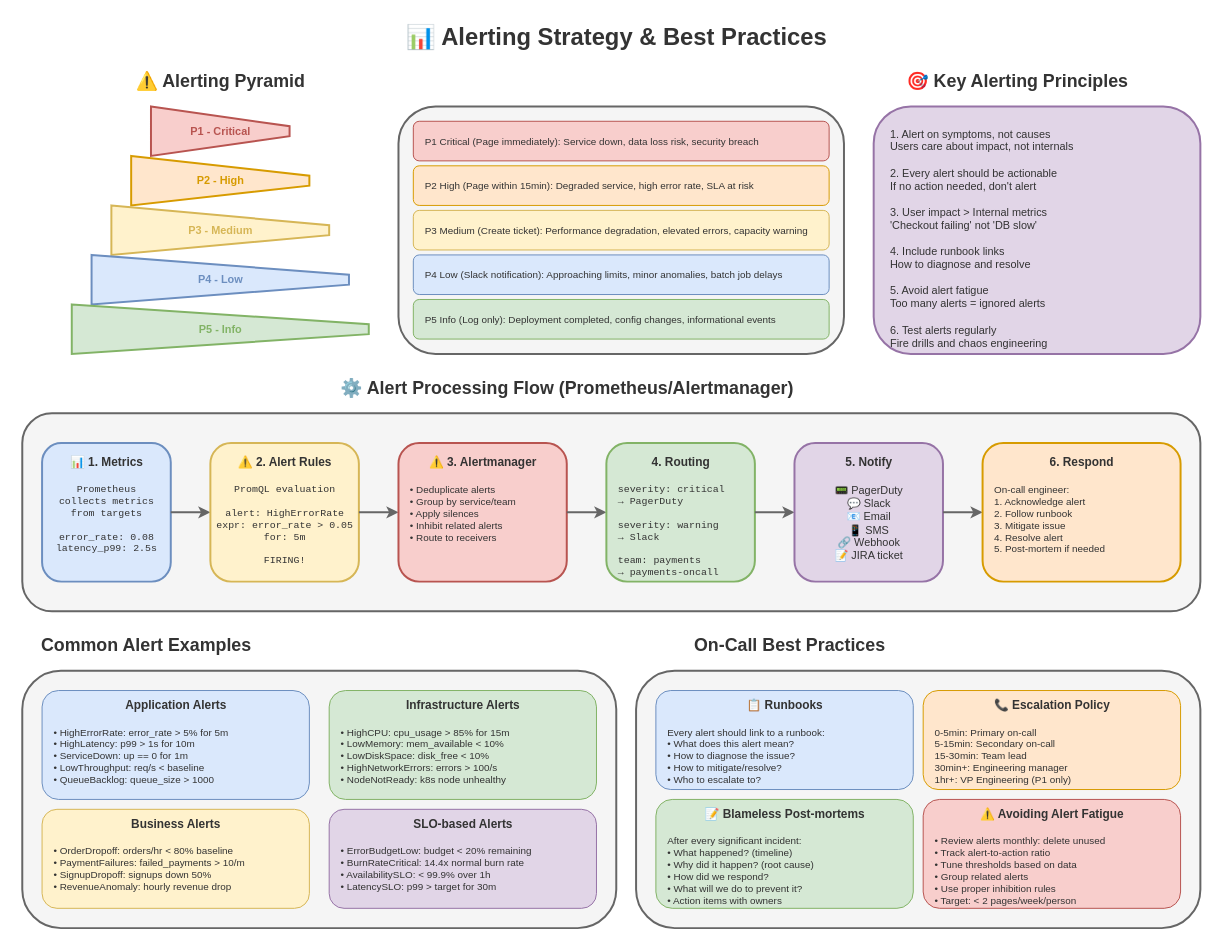
Before: lesson-09-observability-monitoring/05-alerting/5.1-alerting-strategy.drawio in MrParkerZ7/document-lesson-software-architect-x-claude, a draw.io diagram. Source tidied: cells renumbered, new cells numbered last; positions are measured from the earlier drawing's top-left corner, leaving out a move shared by most shapes. Both pictures are drawn from the tidied source at 99%, with x=0, y=0 at pixel (22, 17).
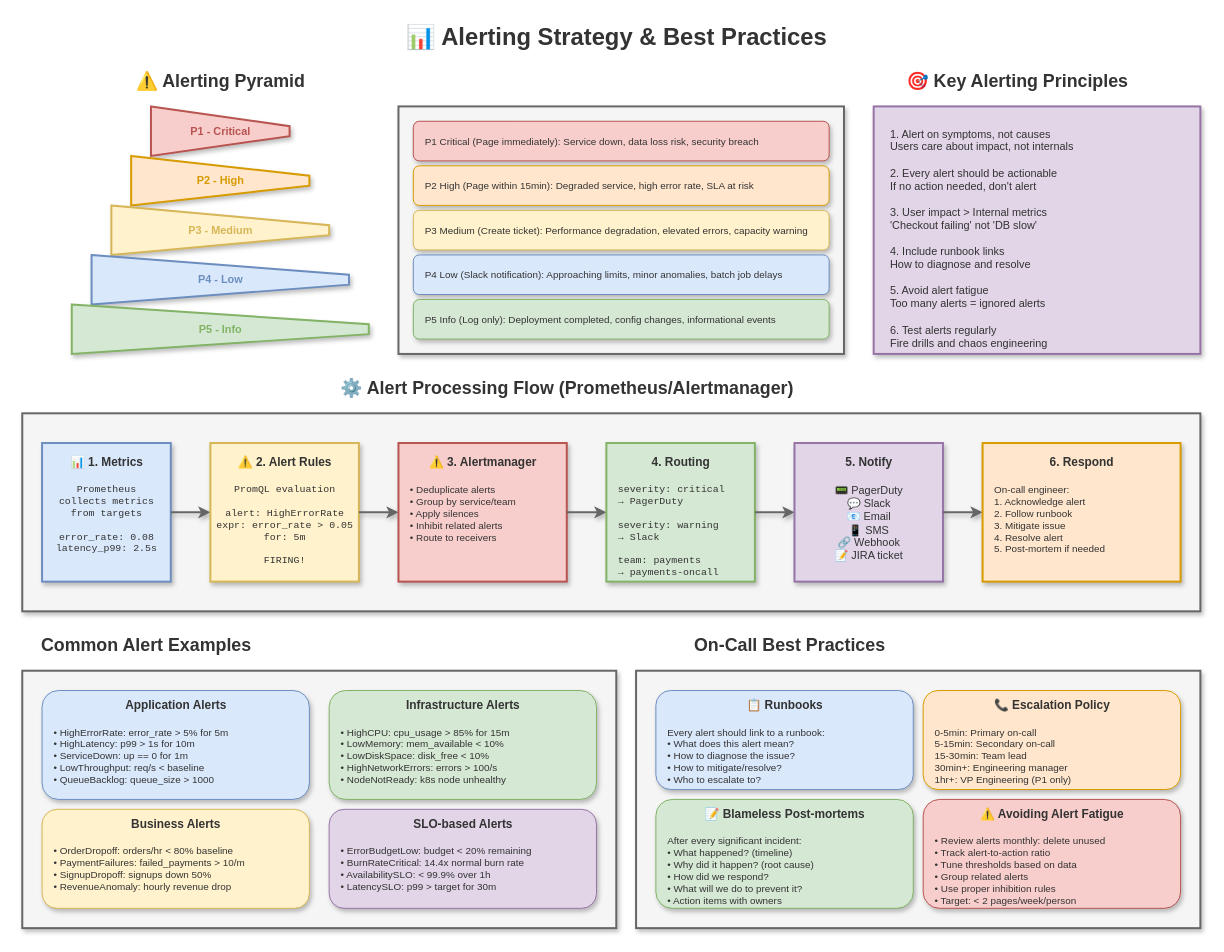
The same diagram, later.

The edit, as a diff of the source:
```diff
@@
-    <mxCell id="4" style="shape=trapezoid;perimeter=trapezoidPerimeter;whiteSpace=wrap;html=1;fixedSize=1;fillColor=#f8cecc;strokeColor=#b85450;strokeWidth=2;direction=south;" parent="1" vertex="1">
+    <mxCell id="4" style="shape=trapezoid;perimeter=trapezoidPerimeter;whiteSpace=wrap;html=1;fixedSize=1;fillColor=#f8cecc;strokeColor=#b85450;strokeWidth=2;direction=south;shadow=1;" parent="1" vertex="1">
       <mxGeometry x="130" y="90" width="140" height="50" as="geometry" />
     </mxCell>
@@
-    <mxCell id="6" style="shape=trapezoid;perimeter=trapezoidPerimeter;whiteSpace=wrap;html=1;fixedSize=1;fillColor=#ffe6cc;strokeColor=#d79b00;strokeWidth=2;direction=south;" parent="1" vertex="1">
+    <mxCell id="6" style="shape=trapezoid;perimeter=trapezoidPerimeter;whiteSpace=wrap;html=1;fixedSize=1;fillColor=#ffe6cc;strokeColor=#d79b00;strokeWidth=2;direction=south;shadow=1;" parent="1" vertex="1">
       <mxGeometry x="110" y="140" width="180" height="50" as="geometry" />
     </mxCell>
@@
-    <mxCell id="8" style="shape=trapezoid;perimeter=trapezoidPerimeter;whiteSpace=wrap;html=1;fixedSize=1;fillColor=#fff2cc;strokeColor=#d6b656;strokeWidth=2;direction=south;" parent="1" vertex="1">
+    <mxCell id="8" style="shape=trapezoid;perimeter=trapezoidPerimeter;whiteSpace=wrap;html=1;fixedSize=1;fillColor=#fff2cc;strokeColor=#d6b656;strokeWidth=2;direction=south;shadow=1;" parent="1" vertex="1">
       <mxGeometry x="90" y="190" width="220" height="50" as="geometry" />
     </mxCell>
@@
-    <mxCell id="10" style="shape=trapezoid;perimeter=trapezoidPerimeter;whiteSpace=wrap;html=1;fixedSize=1;fillColor=#dae8fc;strokeColor=#6c8ebf;strokeWidth=2;direction=south;" parent="1" vertex="1">
+    <mxCell id="10" style="shape=trapezoid;perimeter=trapezoidPerimeter;whiteSpace=wrap;html=1;fixedSize=1;fillColor=#dae8fc;strokeColor=#6c8ebf;strokeWidth=2;direction=south;shadow=1;" parent="1" vertex="1">
       <mxGeometry x="70" y="240" width="260" height="50" as="geometry" />
     </mxCell>
@@
-    <mxCell id="12" style="shape=trapezoid;perimeter=trapezoidPerimeter;whiteSpace=wrap;html=1;fixedSize=1;fillColor=#d5e8d4;strokeColor=#82b366;strokeWidth=2;direction=south;" parent="1" vertex="1">
+    <mxCell id="12" style="shape=trapezoid;perimeter=trapezoidPerimeter;whiteSpace=wrap;html=1;fixedSize=1;fillColor=#d5e8d4;strokeColor=#82b366;strokeWidth=2;direction=south;shadow=1;" parent="1" vertex="1">
       <mxGeometry x="50" y="290" width="300" height="50" as="geometry" />
     </mxCell>
@@
-    <mxCell id="14" style="rounded=1;whiteSpace=wrap;html=1;fillColor=#f5f5f5;strokeColor=#666666;strokeWidth=2;" parent="1" vertex="1">
+    <mxCell id="14" style="rounded=0;whiteSpace=wrap;html=1;fillColor=#f5f5f5;strokeColor=#666666;strokeWidth=2;shadow=1;" parent="1" vertex="1">
       <mxGeometry x="380" y="90" width="450" height="250" as="geometry" />
     </mxCell>
-    <mxCell id="15" style="rounded=1;whiteSpace=wrap;html=1;fillColor=#f8cecc;strokeColor=#b85450;strokeWidth=1;" parent="1" vertex="1">
+    <mxCell id="15" style="rounded=1;whiteSpace=wrap;html=1;fillColor=#f8cecc;strokeColor=#b85450;strokeWidth=1;shadow=1;" parent="1" vertex="1">
       <mxGeometry x="395" y="105" width="420" height="40" as="geometry" />
     </mxCell>
@@
-    <mxCell id="17" style="rounded=1;whiteSpace=wrap;html=1;fillColor=#ffe6cc;strokeColor=#d79b00;strokeWidth=1;" parent="1" vertex="1">
+    <mxCell id="17" style="rounded=1;whiteSpace=wrap;html=1;fillColor=#ffe6cc;strokeColor=#d79b00;strokeWidth=1;shadow=1;" parent="1" vertex="1">
       <mxGeometry x="395" y="150" width="420" height="40" as="geometry" />
     </mxCell>
@@
-    <mxCell id="19" style="rounded=1;whiteSpace=wrap;html=1;fillColor=#fff2cc;strokeColor=#d6b656;strokeWidth=1;" parent="1" vertex="1">
+    <mxCell id="19" style="rounded=1;whiteSpace=wrap;html=1;fillColor=#fff2cc;strokeColor=#d6b656;strokeWidth=1;shadow=1;" parent="1" vertex="1">
       <mxGeometry x="395" y="195" width="420" height="40" as="geometry" />
     </mxCell>
@@
-    <mxCell id="21" style="rounded=1;whiteSpace=wrap;html=1;fillColor=#dae8fc;strokeColor=#6c8ebf;strokeWidth=1;" parent="1" vertex="1">
+    <mxCell id="21" style="rounded=1;whiteSpace=wrap;html=1;fillColor=#dae8fc;strokeColor=#6c8ebf;strokeWidth=1;shadow=1;" parent="1" vertex="1">
       <mxGeometry x="395" y="240" width="420" height="40" as="geometry" />
     </mxCell>
@@
-    <mxCell id="23" style="rounded=1;whiteSpace=wrap;html=1;fillColor=#d5e8d4;strokeColor=#82b366;strokeWidth=1;" parent="1" vertex="1">
+    <mxCell id="23" style="rounded=1;whiteSpace=wrap;html=1;fillColor=#d5e8d4;strokeColor=#82b366;strokeWidth=1;shadow=1;" parent="1" vertex="1">
       <mxGeometry x="395" y="285" width="420" height="40" as="geometry" />
     </mxCell>
@@
-    <mxCell id="26" style="rounded=1;whiteSpace=wrap;html=1;fillColor=#e1d5e7;strokeColor=#9673a6;strokeWidth=2;" parent="1" vertex="1">
+    <mxCell id="26" style="rounded=0;whiteSpace=wrap;html=1;fillColor=#e1d5e7;strokeColor=#9673a6;strokeWidth=2;shadow=1;" parent="1" vertex="1">
       <mxGeometry x="860" y="90" width="330" height="250" as="geometry" />
     </mxCell>
@@
-    <mxCell id="29" style="rounded=1;whiteSpace=wrap;html=1;fillColor=#f5f5f5;strokeColor=#666666;strokeWidth=2;" parent="1" vertex="1">
+    <mxCell id="29" style="rounded=0;whiteSpace=wrap;html=1;fillColor=#f5f5f5;strokeColor=#666666;strokeWidth=2;shadow=1;" parent="1" vertex="1">
       <mxGeometry y="400" width="1190" height="200" as="geometry" />
     </mxCell>
-    <mxCell id="30" style="rounded=1;whiteSpace=wrap;html=1;fillColor=#dae8fc;strokeColor=#6c8ebf;strokeWidth=2;" parent="1" vertex="1">
+    <mxCell id="30" style="rounded=0;whiteSpace=wrap;html=1;fillColor=#dae8fc;strokeColor=#6c8ebf;strokeWidth=2;shadow=1;" parent="1" vertex="1">
       <mxGeometry x="20" y="430" width="130" height="140" as="geometry" />
     </mxCell>
@@
-    <mxCell id="33" style="endArrow=classic;html=1;strokeWidth=2;strokeColor=#666666;" parent="1" edge="1">
+    <mxCell id="33" style="endArrow=classic;html=1;strokeWidth=2;strokeColor=#666666;shadow=1;curved=1;flowAnimation=1;jumpStyle=arc;" parent="1" edge="1">
       <mxGeometry relative="1" as="geometry">
         <mxPoint x="150" y="500" as="sourcePoint" />
         <mxPoint x="190" y="500" as="targetPoint" />
       </mxGeometry>
     </mxCell>
-    <mxCell id="34" style="rounded=1;whiteSpace=wrap;html=1;fillColor=#fff2cc;strokeColor=#d6b656;strokeWidth=2;" parent="1" vertex="1">
+    <mxCell id="34" style="rounded=0;whiteSpace=wrap;html=1;fillColor=#fff2cc;strokeColor=#d6b656;strokeWidth=2;shadow=1;" parent="1" vertex="1">
       <mxGeometry x="190" y="430" width="150" height="140" as="geometry" />
     </mxCell>
@@
-    <mxCell id="37" style="endArrow=classic;html=1;strokeWidth=2;strokeColor=#666666;" parent="1" edge="1">
+    <mxCell id="37" style="endArrow=classic;html=1;strokeWidth=2;strokeColor=#666666;shadow=1;curved=1;flowAnimation=1;jumpStyle=arc;" parent="1" edge="1">
       <mxGeometry relative="1" as="geometry">
         <mxPoint x="340" y="500" as="sourcePoint" />
         <mxPoint x="380" y="500" as="targetPoint" />
       </mxGeometry>
     </mxCell>
-    <mxCell id="38" style="rounded=1;whiteSpace=wrap;html=1;fillColor=#f8cecc;strokeColor=#b85450;strokeWidth=2;" parent="1" vertex="1">
+    <mxCell id="38" style="rounded=0;whiteSpace=wrap;html=1;fillColor=#f8cecc;strokeColor=#b85450;strokeWidth=2;shadow=1;" parent="1" vertex="1">
       <mxGeometry x="380" y="430" width="170" height="140" as="geometry" />
     </mxCell>
@@
-    <mxCell id="41" style="endArrow=classic;html=1;strokeWidth=2;strokeColor=#666666;" parent="1" edge="1">
+    <mxCell id="41" style="endArrow=classic;html=1;strokeWidth=2;strokeColor=#666666;shadow=1;curved=1;flowAnimation=1;jumpStyle=arc;" parent="1" edge="1">
       <mxGeometry relative="1" as="geometry">
         <mxPoint x="550" y="500" as="sourcePoint" />
         <mxPoint x="590" y="500" as="targetPoint" />
       </mxGeometry>
     </mxCell>
-    <mxCell id="42" style="rounded=1;whiteSpace=wrap;html=1;fillColor=#d5e8d4;strokeColor=#82b366;strokeWidth=2;" parent="1" vertex="1">
+    <mxCell id="42" style="rounded=0;whiteSpace=wrap;html=1;fillColor=#d5e8d4;strokeColor=#82b366;strokeWidth=2;shadow=1;" parent="1" vertex="1">
       <mxGeometry x="590" y="430" width="150" height="140" as="geometry" />
     </mxCell>
@@
-    <mxCell id="45" style="endArrow=classic;html=1;strokeWidth=2;strokeColor=#666666;" parent="1" edge="1">
+    <mxCell id="45" style="endArrow=classic;html=1;strokeWidth=2;strokeColor=#666666;shadow=1;curved=1;flowAnimation=1;jumpStyle=arc;" parent="1" edge="1">
       <mxGeometry relative="1" as="geometry">
         <mxPoint x="740" y="500" as="sourcePoint" />
         <mxPoint x="780" y="500" as="targetPoint" />
       </mxGeometry>
     </mxCell>
-    <mxCell id="46" style="rounded=1;whiteSpace=wrap;html=1;fillColor=#e1d5e7;strokeColor=#9673a6;strokeWidth=2;" parent="1" vertex="1">
+    <mxCell id="46" style="rounded=0;whiteSpace=wrap;html=1;fillColor=#e1d5e7;strokeColor=#9673a6;strokeWidth=2;shadow=1;" parent="1" vertex="1">
       <mxGeometry x="780" y="430" width="150" height="140" as="geometry" />
     </mxCell>
@@
-    <mxCell id="49" style="endArrow=classic;html=1;strokeWidth=2;strokeColor=#666666;" parent="1" edge="1">
+    <mxCell id="49" style="endArrow=classic;html=1;strokeWidth=2;strokeColor=#666666;shadow=1;curved=1;flowAnimation=1;jumpStyle=arc;" parent="1" edge="1">
       <mxGeometry relative="1" as="geometry">
         <mxPoint x="930" y="500" as="sourcePoint" />
         <mxPoint x="970" y="500" as="targetPoint" />
       </mxGeometry>
     </mxCell>
-    <mxCell id="50" style="rounded=1;whiteSpace=wrap;html=1;fillColor=#ffe6cc;strokeColor=#d79b00;strokeWidth=2;" parent="1" vertex="1">
+    <mxCell id="50" style="rounded=0;whiteSpace=wrap;html=1;fillColor=#ffe6cc;strokeColor=#d79b00;strokeWidth=2;shadow=1;" parent="1" vertex="1">
       <mxGeometry x="970" y="430" width="200" height="140" as="geometry" />
     </mxCell>
@@
-    <mxCell id="54" style="rounded=1;whiteSpace=wrap;html=1;fillColor=#f5f5f5;strokeColor=#666666;strokeWidth=2;" parent="1" vertex="1">
+    <mxCell id="54" style="rounded=0;whiteSpace=wrap;html=1;fillColor=#f5f5f5;strokeColor=#666666;strokeWidth=2;shadow=1;" parent="1" vertex="1">
       <mxGeometry y="660" width="600" height="260" as="geometry" />
     </mxCell>
-    <mxCell id="55" style="rounded=1;whiteSpace=wrap;html=1;fillColor=#dae8fc;strokeColor=#6c8ebf;strokeWidth=1;" parent="1" vertex="1">
+    <mxCell id="55" style="rounded=1;whiteSpace=wrap;html=1;fillColor=#dae8fc;strokeColor=#6c8ebf;strokeWidth=1;shadow=1;" parent="1" vertex="1">
       <mxGeometry x="20" y="680" width="270" height="110" as="geometry" />
     </mxCell>
@@
-    <mxCell id="58" style="rounded=1;whiteSpace=wrap;html=1;fillColor=#d5e8d4;strokeColor=#82b366;strokeWidth=1;" parent="1" vertex="1">
+    <mxCell id="58" style="rounded=1;whiteSpace=wrap;html=1;fillColor=#d5e8d4;strokeColor=#82b366;strokeWidth=1;shadow=1;" parent="1" vertex="1">
       <mxGeometry x="310" y="680" width="270" height="110" as="geometry" />
     </mxCell>
@@
-    <mxCell id="61" style="rounded=1;whiteSpace=wrap;html=1;fillColor=#fff2cc;strokeColor=#d6b656;strokeWidth=1;" parent="1" vertex="1">
+    <mxCell id="61" style="rounded=1;whiteSpace=wrap;html=1;fillColor=#fff2cc;strokeColor=#d6b656;strokeWidth=1;shadow=1;" parent="1" vertex="1">
       <mxGeometry x="20" y="800" width="270" height="100" as="geometry" />
     </mxCell>
@@
-    <mxCell id="64" style="rounded=1;whiteSpace=wrap;html=1;fillColor=#e1d5e7;strokeColor=#9673a6;strokeWidth=1;" parent="1" vertex="1">
+    <mxCell id="64" style="rounded=1;whiteSpace=wrap;html=1;fillColor=#e1d5e7;strokeColor=#9673a6;strokeWidth=1;shadow=1;" parent="1" vertex="1">
       <mxGeometry x="310" y="800" width="270" height="100" as="geometry" />
     </mxCell>
@@
-    <mxCell id="68" style="rounded=1;whiteSpace=wrap;html=1;fillColor=#f5f5f5;strokeColor=#666666;strokeWidth=2;" parent="1" vertex="1">
+    <mxCell id="68" style="rounded=0;whiteSpace=wrap;html=1;fillColor=#f5f5f5;strokeColor=#666666;strokeWidth=2;shadow=1;" parent="1" vertex="1">
       <mxGeometry x="620" y="660" width="570" height="260" as="geometry" />
     </mxCell>
-    <mxCell id="69" style="rounded=1;whiteSpace=wrap;html=1;fillColor=#dae8fc;strokeColor=#6c8ebf;strokeWidth=1;" parent="1" vertex="1">
+    <mxCell id="69" style="rounded=1;whiteSpace=wrap;html=1;fillColor=#dae8fc;strokeColor=#6c8ebf;strokeWidth=1;shadow=1;" parent="1" vertex="1">
       <mxGeometry x="640" y="680" width="260" height="100" as="geometry" />
     </mxCell>
@@
-    <mxCell id="72" style="rounded=1;whiteSpace=wrap;html=1;fillColor=#ffe6cc;strokeColor=#d79b00;strokeWidth=1;" parent="1" vertex="1">
+    <mxCell id="72" style="rounded=1;whiteSpace=wrap;html=1;fillColor=#ffe6cc;strokeColor=#d79b00;strokeWidth=1;shadow=1;" parent="1" vertex="1">
       <mxGeometry x="910" y="680" width="260" height="100" as="geometry" />
     </mxCell>
@@
-    <mxCell id="75" style="rounded=1;whiteSpace=wrap;html=1;fillColor=#d5e8d4;strokeColor=#82b366;strokeWidth=1;" parent="1" vertex="1">
+    <mxCell id="75" style="rounded=1;whiteSpace=wrap;html=1;fillColor=#d5e8d4;strokeColor=#82b366;strokeWidth=1;shadow=1;" parent="1" vertex="1">
       <mxGeometry x="640" y="790" width="260" height="110" as="geometry" />
     </mxCell>
@@
-    <mxCell id="78" style="rounded=1;whiteSpace=wrap;html=1;fillColor=#f8cecc;strokeColor=#b85450;strokeWidth=1;" parent="1" vertex="1">
+    <mxCell id="78" style="rounded=1;whiteSpace=wrap;html=1;fillColor=#f8cecc;strokeColor=#b85450;strokeWidth=1;shadow=1;" parent="1" vertex="1">
       <mxGeometry x="910" y="790" width="260" height="110" as="geometry" />
     </mxCell>
```
